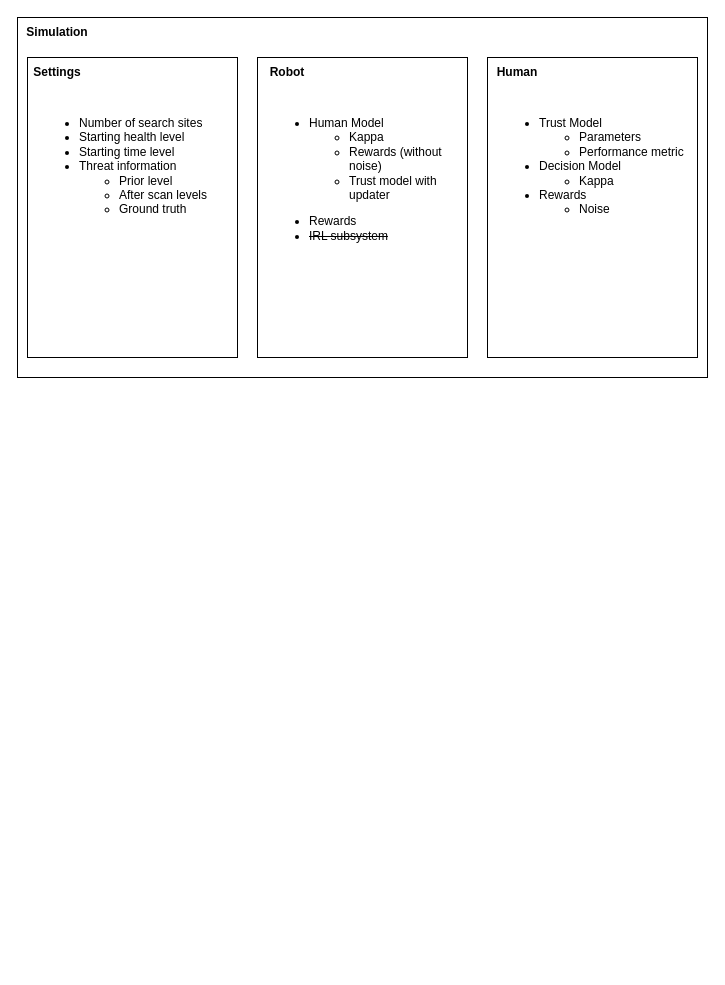
shreyasb032/phase3-sim keeps this draw.io diagram as Simulation-settings.drawio. Above is the earlier version. Source tidied: cells renumbered, new cells numbered last; positions are measured from the earlier drawing's top-left corner, leaving out a move shared by most shapes. Both pictures are drawn from the tidied source at 100%, with x=0, y=0 at pixel (17, 17).
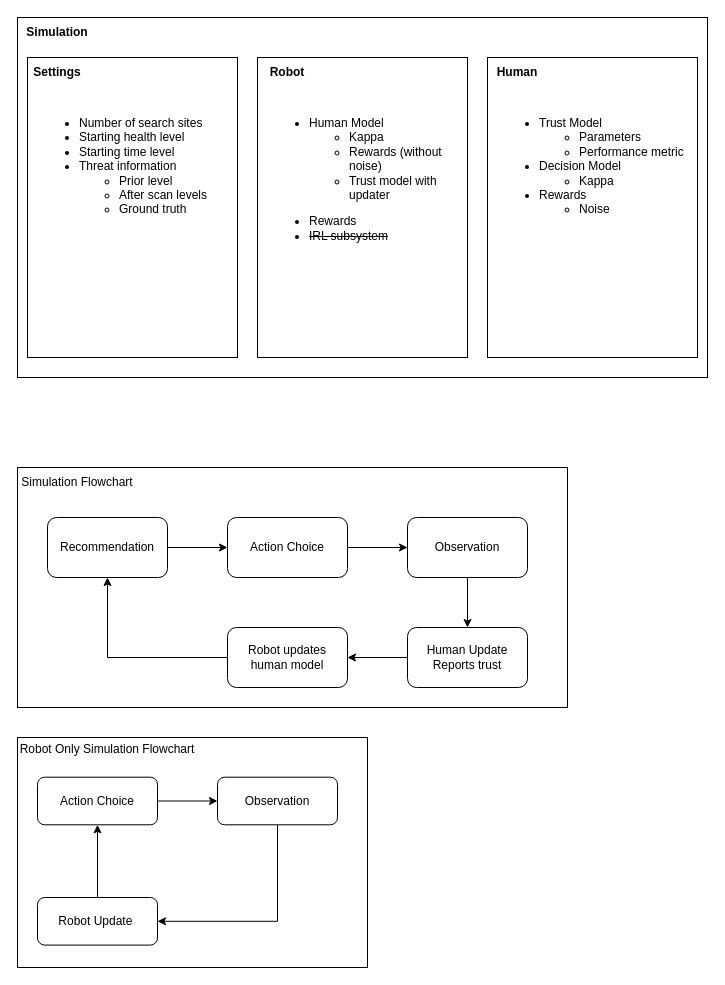
The same diagram, later.

The edit, as a diff of the source:
```diff
@@
+    <mxCell id="16" style="group;" parent="1" vertex="1">
+      <mxGeometry y="450" width="550" height="240" as="geometry" />
+    </mxCell>
+    <mxCell id="17" value="&lt;p style=&quot;line-height: 120%;&quot;&gt;&lt;br&gt;&lt;/p&gt;" style="rounded=0;whiteSpace=wrap;html=1;align=left;" parent="16" vertex="1">
+      <mxGeometry width="550" height="240" as="geometry" />
+    </mxCell>
+    <mxCell id="18" style="edgeStyle=orthogonalEdgeStyle;rounded=0;jettySize=auto;html=1;" parent="16" edge="1" source="19" target="21">
+      <mxGeometry relative="1" as="geometry" />
+    </mxCell>
+    <mxCell id="19" value="Recommendation" style="rounded=1;whiteSpace=wrap;html=1;" parent="16" vertex="1">
+      <mxGeometry x="30" y="50" width="120" height="60" as="geometry" />
+    </mxCell>
+    <mxCell id="20" style="edgeStyle=orthogonalEdgeStyle;rounded=0;jettySize=auto;html=1;" parent="16" edge="1" source="21" target="23">
+      <mxGeometry relative="1" as="geometry" />
+    </mxCell>
+    <mxCell id="21" value="Action Choice" style="rounded=1;whiteSpace=wrap;html=1;" parent="16" vertex="1">
+      <mxGeometry x="210" y="50" width="120" height="60" as="geometry" />
+    </mxCell>
+    <mxCell id="22" style="edgeStyle=orthogonalEdgeStyle;rounded=0;jettySize=auto;html=1;" parent="16" edge="1" source="23" target="25">
+      <mxGeometry relative="1" as="geometry" />
+    </mxCell>
+    <mxCell id="23" value="Observation" style="rounded=1;whiteSpace=wrap;html=1;" parent="16" vertex="1">
+      <mxGeometry x="390" y="50" width="120" height="60" as="geometry" />
+    </mxCell>
+    <mxCell id="24" style="edgeStyle=orthogonalEdgeStyle;rounded=0;jettySize=auto;html=1;" parent="16" edge="1" source="25" target="27">
+      <mxGeometry relative="1" as="geometry" />
+    </mxCell>
+    <mxCell id="25" value="Human Update&lt;div&gt;Reports trust&lt;/div&gt;" style="rounded=1;whiteSpace=wrap;html=1;" parent="16" vertex="1">
+      <mxGeometry x="390" y="160" width="120" height="60" as="geometry" />
+    </mxCell>
+    <mxCell id="26" style="edgeStyle=orthogonalEdgeStyle;rounded=0;jettySize=auto;html=1;entryX=0.5;entryY=1;entryDx=0;entryDy=0;" parent="16" edge="1" source="27" target="19">
+      <mxGeometry relative="1" as="geometry" />
+    </mxCell>
+    <mxCell id="27" value="Robot updates human model" style="rounded=1;whiteSpace=wrap;html=1;" parent="16" vertex="1">
+      <mxGeometry x="210" y="160" width="120" height="60" as="geometry" />
+    </mxCell>
+    <mxCell id="28" value="&lt;span style=&quot;text-align: left;&quot;&gt;Simulation Flowchart&lt;/span&gt;" style="text;html=1;align=center;verticalAlign=middle;whiteSpace=wrap;rounded=0;" parent="16" vertex="1">
+      <mxGeometry width="120" height="30" as="geometry" />
+    </mxCell>
+    <mxCell id="29" style="group;" parent="1" vertex="1">
+      <mxGeometry y="720" width="350" height="230" as="geometry" />
+    </mxCell>
+    <mxCell id="30" value="&lt;p style=&quot;line-height: 120%;&quot;&gt;&lt;br&gt;&lt;/p&gt;" style="rounded=0;whiteSpace=wrap;html=1;align=left;" parent="29" vertex="1">
+      <mxGeometry width="350" height="230" as="geometry" />
+    </mxCell>
+    <mxCell id="31" style="edgeStyle=orthogonalEdgeStyle;rounded=0;jettySize=auto;html=1;" parent="29" edge="1" source="32" target="34">
+      <mxGeometry relative="1" as="geometry" />
+    </mxCell>
+    <mxCell id="32" value="Action Choice" style="rounded=1;whiteSpace=wrap;html=1;" parent="29" vertex="1">
+      <mxGeometry x="20" y="39.7" width="120" height="47.6" as="geometry" />
+    </mxCell>
+    <mxCell id="33" style="edgeStyle=orthogonalEdgeStyle;rounded=0;jettySize=auto;html=1;entryX=1;entryY=0.5;entryDx=0;entryDy=0;" parent="29" edge="1" source="34" target="36">
+      <mxGeometry relative="1" as="geometry">
+        <Array as="points">
+          <mxPoint x="260" y="184" />
+        </Array>
+      </mxGeometry>
+    </mxCell>
+    <mxCell id="34" value="Observation" style="rounded=1;whiteSpace=wrap;html=1;" parent="29" vertex="1">
+      <mxGeometry x="200" y="39.7" width="120" height="47.6" as="geometry" />
+    </mxCell>
+    <mxCell id="35" style="edgeStyle=orthogonalEdgeStyle;rounded=0;jettySize=auto;html=1;" parent="29" edge="1" source="36" target="32">
+      <mxGeometry relative="1" as="geometry" />
+    </mxCell>
+    <mxCell id="36" value="Robot Update&amp;nbsp;" style="rounded=1;whiteSpace=wrap;html=1;" parent="29" vertex="1">
+      <mxGeometry x="20" y="160" width="120" height="47.6" as="geometry" />
+    </mxCell>
+    <mxCell id="37" value="&lt;span style=&quot;text-align: left;&quot;&gt;Robot Only Simulation Flowchart&lt;/span&gt;" style="text;html=1;align=center;verticalAlign=middle;whiteSpace=wrap;rounded=0;" parent="29" vertex="1">
+      <mxGeometry width="180" height="23.8" as="geometry" />
+    </mxCell>
```
